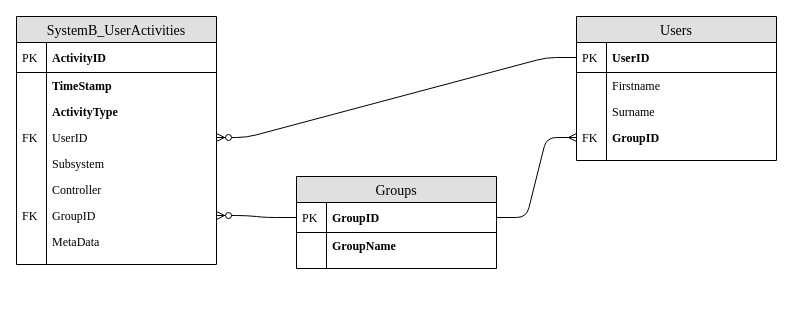
This is img/Chapter2/SystemB_ERD_Basic/SystemB_ERD_Basic.drawio from CorrieScheepers/Masters, a draw.io file, before an edit. Source tidied: cells renumbered, new cells numbered last; positions are measured from the earlier drawing's top-left corner, leaving out a move shared by most shapes. Both pictures are drawn from the tidied source at 100%, with x=0, y=0 at pixel (16, 16).
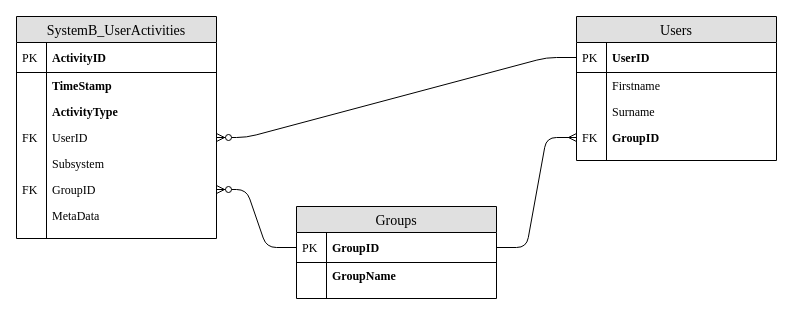
After the change.

The edit, as a diff of the source:
```diff
@@
     <mxCell id="13" value="SystemB_UserActivities" style="swimlane;fontStyle=0;horizontal=1;startSize=26;fillColor=#e0e0e0;swimlaneFillColor=#ffffff;align=center;fontSize=14;fontFamily=Times New Roman;" parent="1" vertex="1">
-      <mxGeometry width="200" height="248" as="geometry" />
+      <mxGeometry width="200" height="222" as="geometry" />
     </mxCell>
@@
-    <mxCell id="24" value="Controller" style="shape=partialRectangle;top=0;left=0;right=0;bottom=0;align=left;verticalAlign=top;fillColor=none;spacingLeft=34;spacingRight=4;overflow=hidden;fontSize=12;fontFamily=Times New Roman;" parent="13" vertex="1">
-      <mxGeometry y="160" width="200" height="26" as="geometry" />
-    </mxCell>
-    <mxCell id="25" style="shape=partialRectangle;top=0;left=0;bottom=0;fillColor=none;align=left;verticalAlign=top;spacingLeft=4;spacingRight=4;overflow=hidden;fontSize=12;fontFamily=Times New Roman;" parent="24" vertex="1">
-      <mxGeometry width="30" height="26" as="geometry" />
-    </mxCell>
     <mxCell id="26" value="GroupID" style="shape=partialRectangle;top=0;left=0;right=0;bottom=0;align=left;verticalAlign=top;fillColor=none;spacingLeft=34;spacingRight=4;overflow=hidden;points=[[0,0.5],[1,0.5]];portConstraint=eastwest;fontSize=12;fontFamily=Times New Roman;" parent="13" vertex="1">
-      <mxGeometry y="186" width="200" height="26" as="geometry" />
+      <mxGeometry y="160" width="200" height="26" as="geometry" />
     </mxCell>
@@
     <mxCell id="28" value="MetaData" style="shape=partialRectangle;top=0;left=0;right=0;bottom=0;align=left;verticalAlign=top;fillColor=none;spacingLeft=34;spacingRight=4;overflow=hidden;fontSize=12;fontFamily=Times New Roman;" parent="13" vertex="1">
-      <mxGeometry y="212" width="200" height="26" as="geometry" />
+      <mxGeometry y="186" width="200" height="26" as="geometry" />
     </mxCell>
@@
     <mxCell id="30" style="shape=partialRectangle;top=0;left=0;right=0;bottom=0;align=left;verticalAlign=top;fillColor=none;spacingLeft=34;spacingRight=4;overflow=hidden;fontSize=12;fontFamily=Times New Roman;" parent="13" vertex="1">
-      <mxGeometry y="238" width="200" height="10" as="geometry" />
+      <mxGeometry y="212" width="200" height="10" as="geometry" />
     </mxCell>
@@
     <mxCell id="32" value="Groups" style="swimlane;fontStyle=0;horizontal=1;startSize=26;fillColor=#e0e0e0;swimlaneFillColor=#ffffff;align=center;fontSize=14;fontFamily=Times New Roman;" parent="1" vertex="1">
-      <mxGeometry x="280" y="160" width="200" height="92" as="geometry" />
+      <mxGeometry x="280" y="190" width="200" height="92" as="geometry" />
     </mxCell>
```
